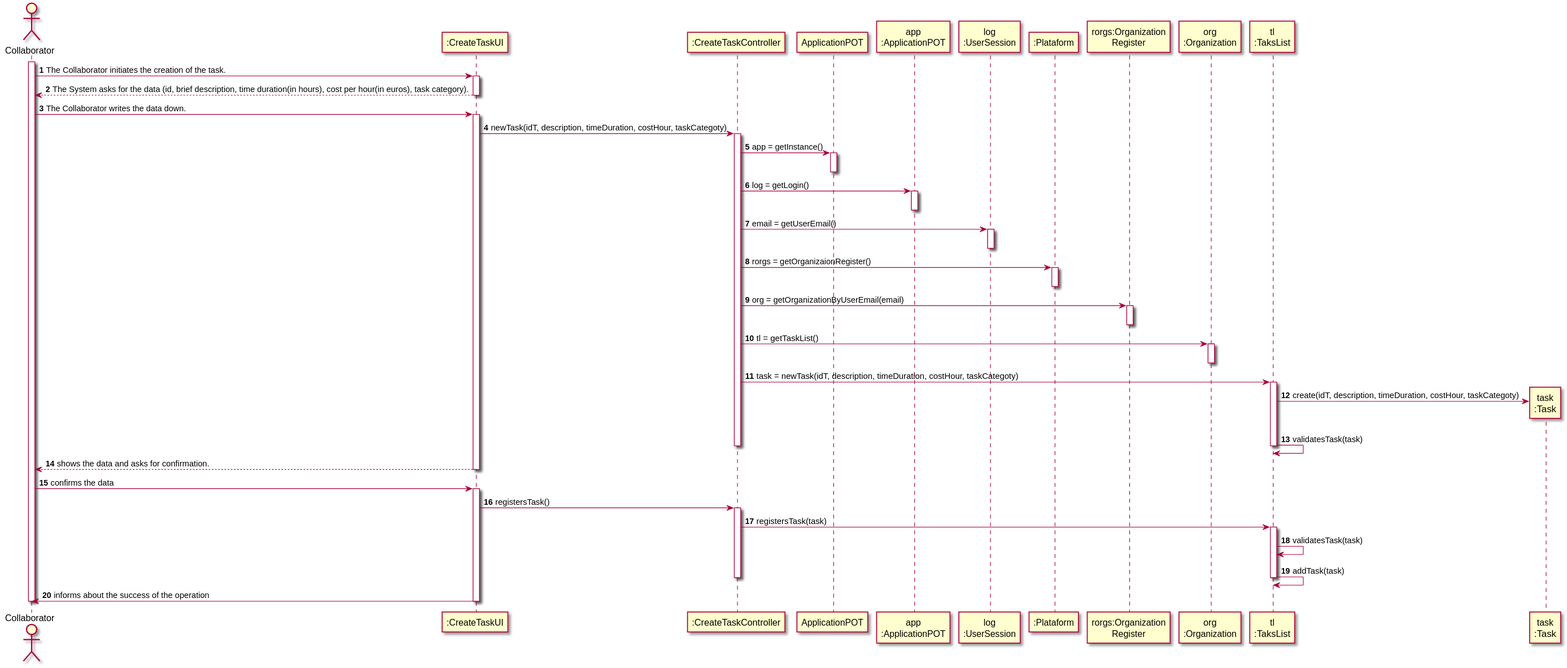
This is docs/UC2 - Create Task/UC2_SD.svg from 1190452/LAPR2, a PlantUML export, as it was before one commit.
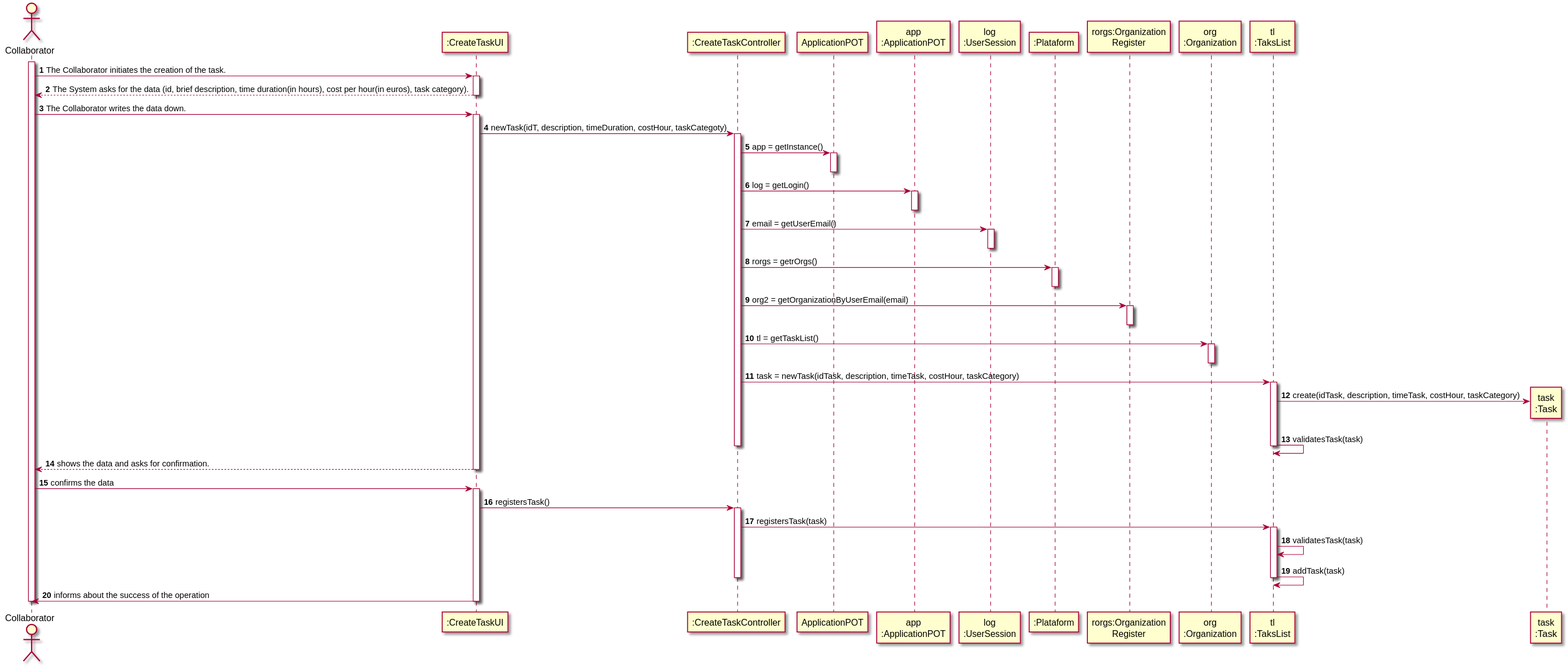
After the commit.

Change to the diagram source:
```diff
@@ -38,11 +38,11 @@
 activate SESSAO
 deactivate SESSAO
 
-CTRL -> PLAT : rorgs = getOrganizaionRegister()
+CTRL -> PLAT : rorgs = getrOrgs()
 activate PLAT
 deactivate PLAT
 
-CTRL -> RORGS : org = getOrganizationByUserEmail(email)
+CTRL -> RORGS : org2 = getOrganizationByUserEmail(email)
 activate RORGS
 deactivate RORGS
 
@@ -50,10 +50,10 @@
 activate ORG
 deactivate ORG
 
-CTRL -> LTASKS : task = newTask(idT, description, timeDuration, costHour, taskCategoty)
+CTRL -> LTASKS : task = newTask(idTask, description, timeTask, costHour, taskCategory)
 activate LTASKS
 
-LTASKS -> TAREFA** : create(idT, description, timeDuration, costHour, taskCategoty)
+LTASKS -> TAREFA** : create(idTask, description, timeTask, costHour, taskCategory)
 
 LTASKS -> LTASKS : validatesTask(task)
 
```
